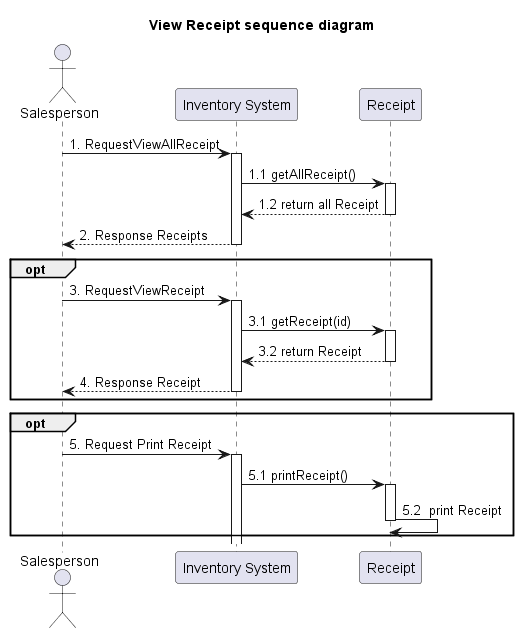
Before: out/system-analysis/sequence/_7_1_sequence-view-receipt/_7_1_sequence-view-receipt.png, a diagram exported from PlantUML (billowdev/inventory-system-plantuml-sequelize-seeder-example).
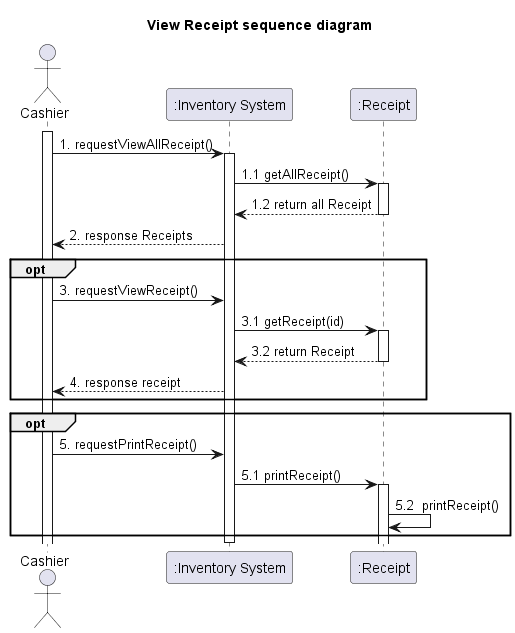
Later version of the same file.

Diff of the diagram source:
```diff
@@ -1,11 +1,13 @@
 @startuml
 title View Receipt sequence diagram
 
-actor Salesperson as actorSalesperson
-participant "Inventory System" as InventorySystem
-participant "Receipt" as classReceipt
+actor Cashier as actorCashier
+participant ":Inventory System" as InventorySystem
+participant ":Receipt" as classReceipt
 
-actorSalesperson -> InventorySystem: 1. RequestViewAllReceipt
+activate actorCashier
+
+actorCashier -> InventorySystem: 1. requestViewAllReceipt()
 activate InventorySystem
 
 InventorySystem -> classReceipt: 1.1 getAllReceipt()
@@ -14,14 +16,12 @@
 classReceipt --> InventorySystem: 1.2 return all Receipt
 deactivate classReceipt
 
-InventorySystem --> actorSalesperson : 2. Response Receipts
+InventorySystem --> actorCashier : 2. response Receipts
 
-deactivate InventorySystem
 
 
 opt
-actorSalesperson -> InventorySystem: 3. RequestViewReceipt
-activate InventorySystem
+actorCashier -> InventorySystem: 3. requestViewReceipt()
 
 InventorySystem -> classReceipt: 3.1 getReceipt(id)
 activate classReceipt
@@ -31,25 +31,24 @@
 
 
 
-InventorySystem --> actorSalesperson : 4. Response Receipt
+InventorySystem --> actorCashier : 4. response receipt
 
-deactivate InventorySystem
+
 end
 
 
 opt
-actorSalesperson -> InventorySystem : 5. Request Print Receipt
+actorCashier -> InventorySystem : 5. requestPrintReceipt()
 
-activate InventorySystem
 
 InventorySystem -> classReceipt : 5.1 printReceipt()
+
 activate classReceipt
+classReceipt -> classReceipt : 5.2  printReceipt()
 
-classReceipt -> classReceipt : 5.2  print Receipt
-
-deactivate classReceipt
 
 end
+deactivate InventorySystem
 
 
 
```
